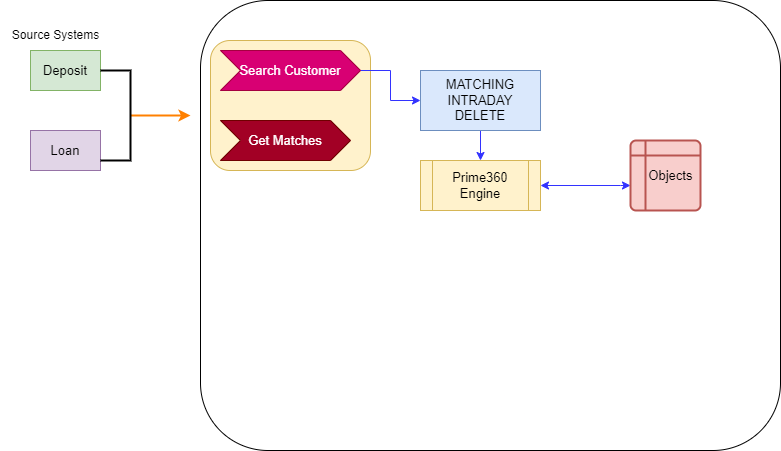
The draw.io diagram HDFCCustomerArchitectureDiagram.drawio.png in RaviKishore1994/SpringBoot8Pmprojects, before a commit. Source tidied: cells renumbered, new cells last; positions are measured from the earlier drawing's top-left corner, leaving out a move shared by most shapes.
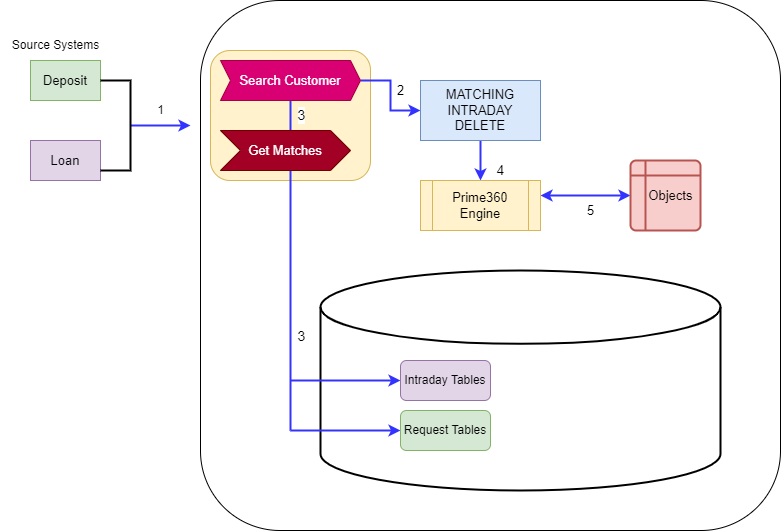
Above is the later version.

Change to the diagram source:
```diff
@@ -11,7 +11,7 @@
     <mxCell id="4" value="Source Systems" style="text;html=1;align=center;verticalAlign=middle;strokeColor=none;fillColor=none;" parent="1" vertex="1">
       <mxGeometry y="20" width="110" height="30" as="geometry" />
     </mxCell>
-    <mxCell id="5" style="edgeStyle=orthogonalEdgeStyle;rounded=0;jettySize=auto;html=1;fontSize=13;strokeWidth=2;strokeColor=#FF8000;" parent="1" edge="1" source="6">
+    <mxCell id="5" style="edgeStyle=orthogonalEdgeStyle;rounded=0;jettySize=auto;html=1;fontSize=13;strokeWidth=2;strokeColor=#3333FF;" parent="1" edge="1" source="6">
       <mxGeometry relative="1" as="geometry">
         <mxPoint x="190" y="115" as="targetPoint" />
       </mxGeometry>
@@ -20,28 +20,53 @@
       <mxGeometry x="100" y="70" width="30" height="90" as="geometry" />
     </mxCell>
     <mxCell id="7" style="rounded=1;whiteSpace=wrap;html=1;fontSize=13;" parent="1" vertex="1">
-      <mxGeometry x="200" width="580" height="450" as="geometry" />
+      <mxGeometry x="200" y="-10" width="580" height="530" as="geometry" />
     </mxCell>
     <mxCell id="8" style="rounded=1;whiteSpace=wrap;html=1;fontSize=13;fillColor=#fff2cc;strokeColor=#d6b656;" parent="1" vertex="1">
       <mxGeometry x="210" y="40" width="160" height="130" as="geometry" />
     </mxCell>
-    <mxCell id="9" style="edgeStyle=orthogonalEdgeStyle;rounded=0;jettySize=auto;html=1;strokeColor=#3333FF;strokeWidth=1;fontSize=13;" parent="1" edge="1" source="10" target="13">
-      <mxGeometry relative="1" as="geometry" />
+    <mxCell id="9" value="2" style="edgeStyle=orthogonalEdgeStyle;rounded=0;jettySize=auto;html=1;strokeColor=#3333FF;strokeWidth=2;fontSize=13;" parent="1" edge="1" source="10" target="13">
+      <mxGeometry x="-0.11" y="10" relative="1" as="geometry">
+        <Array as="points">
+          <mxPoint x="390" y="70" />
+          <mxPoint x="390" y="100" />
+        </Array>
+      </mxGeometry>
     </mxCell>
+    <mxCell id="17" style="edgeStyle=orthogonalEdgeStyle;rounded=0;jettySize=auto;html=1;strokeColor=#3333FF;strokeWidth=2;startArrow=none;startFill=0;endArrow=none;endFill=0;" parent="1" edge="1" source="10">
+      <mxGeometry relative="1" as="geometry">
+        <mxPoint x="290" y="420" as="targetPoint" />
+      </mxGeometry>
+    </mxCell>
+    <mxCell id="18" value="3" style="edgeLabel;html=1;align=center;verticalAlign=middle;fontSize=14;" parent="17" vertex="1">
+      <mxGeometry x="-0.92" y="-3" relative="1" as="geometry">
+        <mxPoint x="13" as="offset" />
+      </mxGeometry>
+    </mxCell>
+    <mxCell id="19" value="3" style="edgeLabel;html=1;align=center;verticalAlign=middle;fontSize=14;" parent="17" vertex="1">
+      <mxGeometry x="0.42" y="-1" relative="1" as="geometry">
+        <mxPoint x="11" as="offset" />
+      </mxGeometry>
+    </mxCell>
-    <mxCell id="10" value="Search Customer" style="shape=step;perimeter=stepPerimeter;whiteSpace=wrap;html=1;fixedSize=1;fontSize=13;fillColor=#d80073;fontColor=#ffffff;strokeColor=#A50040;" parent="1" vertex="1">
+    <mxCell id="10" value="Search Customer" style="shape=step;perimeter=stepPerimeter;whiteSpace=wrap;html=1;fixedSize=1;fontSize=13;fillColor=#d80073;fontColor=#ffffff;strokeColor=#A50040;size=10;" parent="1" vertex="1">
       <mxGeometry x="220" y="50" width="140" height="40" as="geometry" />
     </mxCell>
     <mxCell id="11" value="Get Matches" style="shape=step;perimeter=stepPerimeter;whiteSpace=wrap;html=1;fixedSize=1;fontSize=13;fillColor=#a20025;fontColor=#ffffff;strokeColor=#6F0000;" parent="1" vertex="1">
       <mxGeometry x="220" y="120" width="130" height="40" as="geometry" />
     </mxCell>
-    <mxCell id="12" style="edgeStyle=orthogonalEdgeStyle;rounded=0;jettySize=auto;html=1;strokeColor=#3333FF;strokeWidth=1;fontSize=13;" parent="1" edge="1" source="13" target="15">
-      <mxGeometry relative="1" as="geometry" />
+    <mxCell id="12" value="4" style="edgeStyle=orthogonalEdgeStyle;rounded=0;jettySize=auto;html=1;strokeColor=#3333FF;strokeWidth=2;fontSize=14;startArrow=none;startFill=0;endArrow=classic;endFill=1;" parent="1" edge="1" source="13" target="15">
+      <mxGeometry x="0.5" y="20" relative="1" as="geometry">
+        <Array as="points">
+          <mxPoint x="480" y="150" />
+          <mxPoint x="480" y="150" />
+        </Array>
+      </mxGeometry>
     </mxCell>
     <mxCell id="13" value="MATCHING&lt;br&gt;INTRADAY&lt;br&gt;DELETE" style="rounded=0;whiteSpace=wrap;html=1;fontSize=13;fillColor=#dae8fc;strokeColor=#6c8ebf;" parent="1" vertex="1">
       <mxGeometry x="420" y="70" width="120" height="60" as="geometry" />
     </mxCell>
-    <mxCell id="14" style="edgeStyle=orthogonalEdgeStyle;rounded=0;jettySize=auto;html=1;strokeColor=#3333FF;strokeWidth=1;fontSize=13;startArrow=classic;startFill=1;" parent="1" edge="1" source="15" target="16">
-      <mxGeometry relative="1" as="geometry">
+    <mxCell id="14" value="5" style="edgeStyle=orthogonalEdgeStyle;rounded=0;jettySize=auto;html=1;strokeColor=#3333FF;strokeWidth=2;fontSize=13;startArrow=classic;startFill=1;" parent="1" edge="1" source="15" target="16">
+      <mxGeometry x="0.11" y="-15" relative="1" as="geometry">
         <Array as="points">
           <mxPoint x="620" y="185" />
           <mxPoint x="620" y="185" />
@@ -49,10 +74,36 @@
       </mxGeometry>
     </mxCell>
     <mxCell id="15" value="Prime360 Engine" style="shape=process;whiteSpace=wrap;html=1;backgroundOutline=1;fontSize=13;fillColor=#fff2cc;strokeColor=#d6b656;" parent="1" vertex="1">
-      <mxGeometry x="420" y="160" width="120" height="50" as="geometry" />
+      <mxGeometry x="420" y="170" width="120" height="50" as="geometry" />
     </mxCell>
     <mxCell id="16" value="&amp;nbsp; &amp;nbsp;Objects" style="shape=internalStorage;whiteSpace=wrap;html=1;dx=15;dy=15;rounded=1;arcSize=8;strokeWidth=2;fontSize=13;fillColor=#f8cecc;strokeColor=#b85450;" parent="1" vertex="1">
-      <mxGeometry x="630" y="140" width="70" height="70" as="geometry" />
+      <mxGeometry x="630" y="150" width="70" height="70" as="geometry" />
     </mxCell>
+    <mxCell id="20" style="strokeWidth=2;html=1;shape=mxgraph.flowchart.database;whiteSpace=wrap;" parent="1" vertex="1">
+      <mxGeometry x="320" y="260" width="400" height="220" as="geometry" />
+    </mxCell>
+    <mxCell id="21" style="edgeStyle=orthogonalEdgeStyle;rounded=0;jettySize=auto;html=1;strokeColor=#3333FF;strokeWidth=2;startArrow=classic;startFill=1;endArrow=none;endFill=0;" parent="1" edge="1" source="22">
+      <mxGeometry relative="1" as="geometry">
+        <mxPoint x="290" y="370" as="targetPoint" />
+        <Array as="points">
+          <mxPoint x="350" y="370" />
+          <mxPoint x="350" y="370" />
+        </Array>
+      </mxGeometry>
+    </mxCell>
+    <mxCell id="22" value="Intraday Tables" style="rounded=1;whiteSpace=wrap;html=1;fillColor=#e1d5e7;strokeColor=#9673a6;" parent="1" vertex="1">
+      <mxGeometry x="400" y="350" width="90" height="40" as="geometry" />
+    </mxCell>
+    <mxCell id="23" style="edgeStyle=orthogonalEdgeStyle;rounded=0;jettySize=auto;html=1;strokeColor=#3333FF;strokeWidth=2;startArrow=classic;startFill=1;endArrow=none;endFill=0;" parent="1" edge="1" source="24">
+      <mxGeometry relative="1" as="geometry">
+        <mxPoint x="290" y="420" as="targetPoint" />
+      </mxGeometry>
+    </mxCell>
+    <mxCell id="24" value="Request Tables" style="rounded=1;whiteSpace=wrap;html=1;fillColor=#d5e8d4;strokeColor=#82b366;" parent="1" vertex="1">
+      <mxGeometry x="400" y="400" width="90" height="40" as="geometry" />
+    </mxCell>
+    <mxCell id="25" value="1" style="text;html=1;align=center;verticalAlign=middle;strokeColor=none;fillColor=none;" parent="1" vertex="1">
+      <mxGeometry x="145" y="85" width="30" height="30" as="geometry" />
+    </mxCell>
   </root>
 </mxGraphModel>
```
